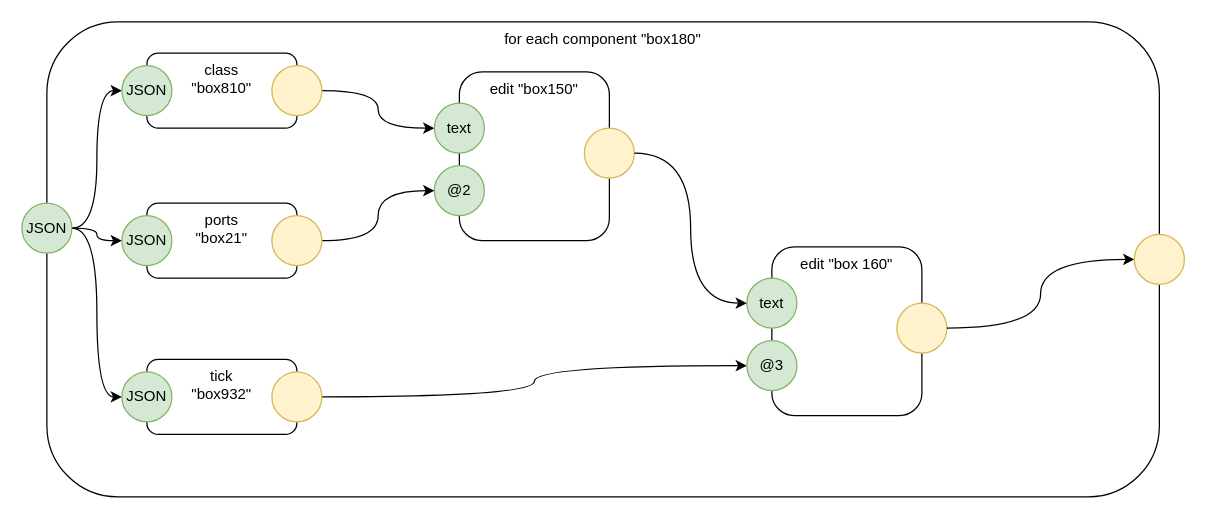
The draw.io diagram page "per component" (3 of 6) of emitcpp.drawio in guitarvydas/behavior_tree_to_cpp, before the edit. Source tidied: cells renumbered, new cells numbered last; positions are measured from the earlier drawing's top-left corner, leaving out a move shared by most shapes. Both pictures are drawn from the tidied source at 125%, with x=0, y=0 at pixel (21, 21).
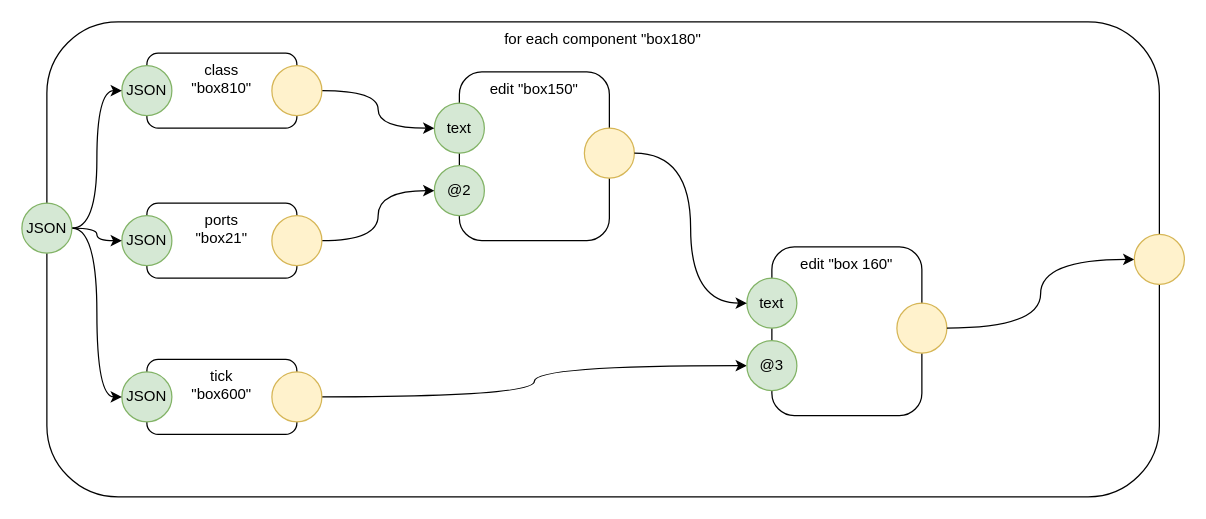
After the change.

Commit message (it also covers changes not shown here):
fix tick emitter

Change to the diagram source:
```diff
@@
-    <mxCell id="6" value="tick&lt;br&gt;&quot;box932&quot;" style="rounded=1;whiteSpace=wrap;html=1;align=center;verticalAlign=top;" parent="1" vertex="1">
+    <mxCell id="6" value="tick&lt;br&gt;&quot;box600&quot;" style="rounded=1;whiteSpace=wrap;html=1;align=center;verticalAlign=top;" parent="1" vertex="1">
       <mxGeometry x="100" y="270" width="120" height="60" as="geometry" />
     </mxCell>
```
